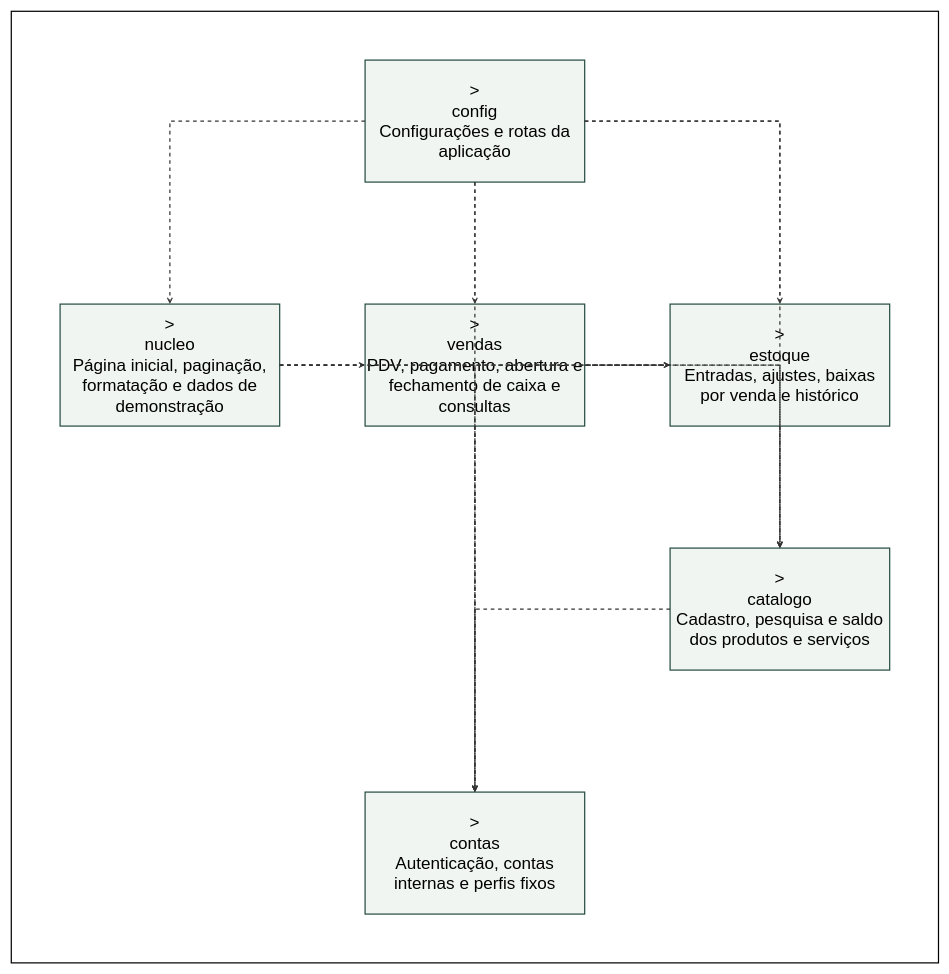
The draw.io diagram page "Pacotes" (2 of 2) of docs/diagramas/Diagramas_DACOMP.drawio in PedroGasparetto/sistema-dacomp, before the edit. Source tidied: cells renumbered, new cells numbered last; positions are measured from the earlier drawing's top-left corner, leaving out a move shared by most shapes. Both pictures are drawn from the tidied source at 61%, with x=0, y=0 at pixel (11, 11).
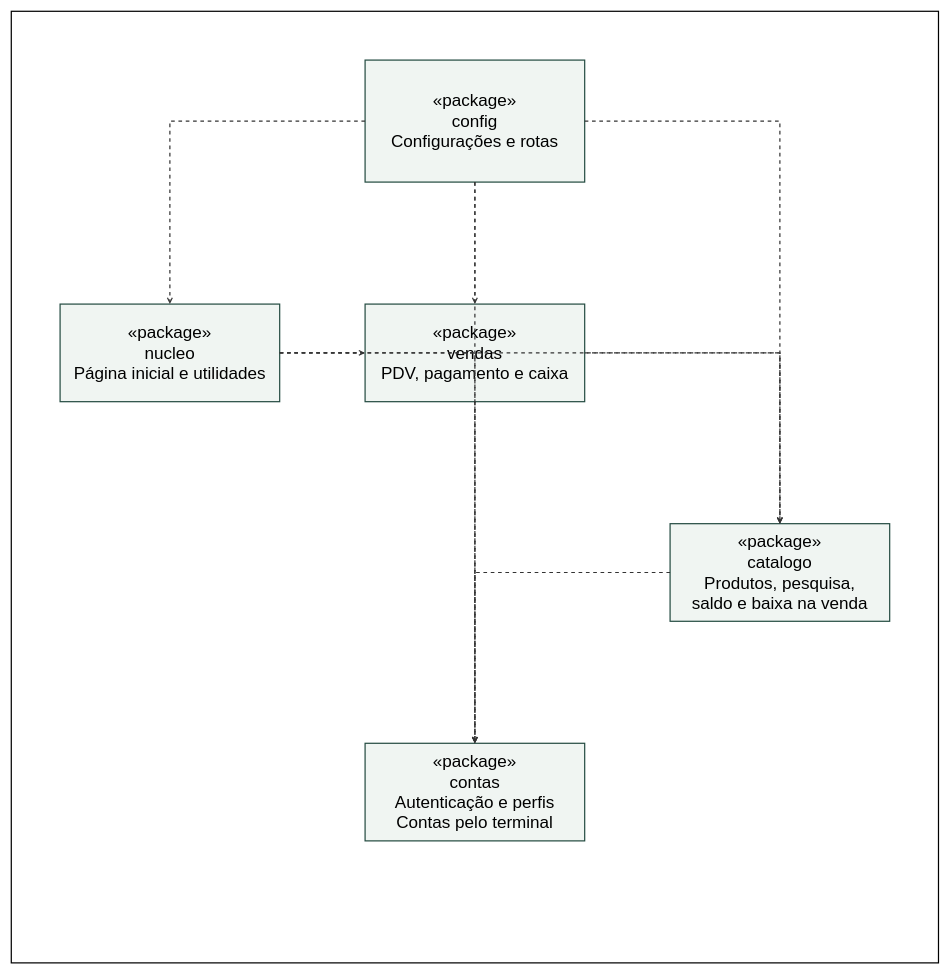
The same diagram, later.

What changed in the source:
```diff
@@
-    <mxCell id="3" value="&amp;gt;&lt;br&gt;estoque&lt;br&gt;Entradas, ajustes, baixas por venda e histórico" style="whiteSpace=wrap;html=1;fontFamily=Arial;fontSize=28;fillColor=#f0f5f2;strokeColor=#254c42;strokeWidth=2;" parent="1" vertex="1">
-      <mxGeometry x="1080" y="480" width="360" height="200" as="geometry" />
-    </mxCell>
-    <mxCell id="4" value="&amp;gt;&lt;br&gt;vendas&lt;br&gt;PDV, pagamento, abertura e fechamento de caixa e consultas" style="whiteSpace=wrap;html=1;fontFamily=Arial;fontSize=28;fillColor=#f0f5f2;strokeColor=#254c42;strokeWidth=2;" parent="1" vertex="1">
-      <mxGeometry x="580" y="480" width="360" height="200" as="geometry" />
+    <mxCell id="4" value="«package»&lt;br&gt;vendas&lt;br&gt;PDV, pagamento e caixa" style="whiteSpace=wrap;html=1;fontFamily=Arial;fontSize=28;fillColor=#f0f5f2;strokeColor=#254c42;strokeWidth=2;" parent="1" vertex="1">
+      <mxGeometry x="580" y="480" width="360" height="160" as="geometry" />
     </mxCell>
-    <mxCell id="5" value="&amp;gt;&lt;br&gt;catalogo&lt;br&gt;Cadastro, pesquisa e saldo dos produtos e serviços" style="whiteSpace=wrap;html=1;fontFamily=Arial;fontSize=28;fillColor=#f0f5f2;strokeColor=#254c42;strokeWidth=2;" parent="1" vertex="1">
-      <mxGeometry x="1080" y="880" width="360" height="200" as="geometry" />
+    <mxCell id="5" value="«package»&lt;br&gt;catalogo&lt;br&gt;Produtos, pesquisa,&lt;br&gt;saldo e baixa na venda" style="whiteSpace=wrap;html=1;fontFamily=Arial;fontSize=28;fillColor=#f0f5f2;strokeColor=#254c42;strokeWidth=2;" parent="1" vertex="1">
+      <mxGeometry x="1080" y="840" width="360" height="160" as="geometry" />
     </mxCell>
-    <mxCell id="6" value="&amp;gt;&lt;br&gt;contas&lt;br&gt;Autenticação, contas internas e perfis fixos" style="whiteSpace=wrap;html=1;fontFamily=Arial;fontSize=28;fillColor=#f0f5f2;strokeColor=#254c42;strokeWidth=2;" parent="1" vertex="1">
-      <mxGeometry x="580" y="1280" width="360" height="200" as="geometry" />
+    <mxCell id="6" value="«package»&lt;br&gt;contas&lt;br&gt;Autenticação e perfis&lt;br&gt;Contas pelo terminal" style="whiteSpace=wrap;html=1;fontFamily=Arial;fontSize=28;fillColor=#f0f5f2;strokeColor=#254c42;strokeWidth=2;" parent="1" vertex="1">
+      <mxGeometry x="580" y="1200" width="360" height="160" as="geometry" />
     </mxCell>
-    <mxCell id="7" value="&amp;gt;&lt;br&gt;config&lt;br&gt;Configurações e rotas da aplicação" style="whiteSpace=wrap;html=1;fontFamily=Arial;fontSize=28;fillColor=#f0f5f2;strokeColor=#254c42;strokeWidth=2;" parent="1" vertex="1">
+    <mxCell id="7" value="«package»&lt;br&gt;config&lt;br&gt;Configurações e rotas" style="whiteSpace=wrap;html=1;fontFamily=Arial;fontSize=28;fillColor=#f0f5f2;strokeColor=#254c42;strokeWidth=2;" parent="1" vertex="1">
       <mxGeometry x="580" y="80" width="360" height="200" as="geometry" />
     </mxCell>
-    <mxCell id="8" value="&amp;gt;&lt;br&gt;nucleo&lt;br&gt;Página inicial, paginação, formatação e dados de demonstração" style="whiteSpace=wrap;html=1;fontFamily=Arial;fontSize=28;fillColor=#f0f5f2;strokeColor=#254c42;strokeWidth=2;" parent="1" vertex="1">
-      <mxGeometry x="80" y="480" width="360" height="200" as="geometry" />
+    <mxCell id="8" value="«package»&lt;br&gt;nucleo&lt;br&gt;Página inicial e utilidades" style="whiteSpace=wrap;html=1;fontFamily=Arial;fontSize=28;fillColor=#f0f5f2;strokeColor=#254c42;strokeWidth=2;" parent="1" vertex="1">
+      <mxGeometry x="80" y="480" width="360" height="160" as="geometry" />
     </mxCell>
-    <mxCell id="9" style="html=1;fontFamily=Arial;fontSize=25;strokeColor=#333333;strokeWidth=2;endArrow=none;startArrow=none;dashed=1;endArrow=open;endFill=0;edgeStyle=orthogonalEdgeStyle;rounded=0;" parent="1" edge="1" source="3" target="5">
-      <mxGeometry relative="1" as="geometry" />
-    </mxCell>
-    <mxCell id="10" style="html=1;fontFamily=Arial;fontSize=25;strokeColor=#333333;strokeWidth=2;endArrow=none;startArrow=none;dashed=1;endArrow=open;endFill=0;edgeStyle=orthogonalEdgeStyle;rounded=0;" parent="1" edge="1" source="3" target="6">
-      <mxGeometry relative="1" as="geometry" />
-    </mxCell>
@@
-    <mxCell id="12" style="html=1;fontFamily=Arial;fontSize=25;strokeColor=#333333;strokeWidth=2;endArrow=none;startArrow=none;dashed=1;endArrow=open;endFill=0;edgeStyle=orthogonalEdgeStyle;rounded=0;" parent="1" edge="1" source="4" target="3">
-      <mxGeometry relative="1" as="geometry" />
-    </mxCell>
-    <mxCell id="13" style="html=1;fontFamily=Arial;fontSize=25;strokeColor=#333333;strokeWidth=2;endArrow=none;startArrow=none;dashed=1;endArrow=open;endFill=0;edgeStyle=orthogonalEdgeStyle;rounded=0;" parent="1" edge="1" source="8" target="3">
-      <mxGeometry relative="1" as="geometry" />
-    </mxCell>
@@
-    <mxCell id="17" style="html=1;fontFamily=Arial;fontSize=25;strokeColor=#333333;strokeWidth=2;endArrow=none;startArrow=none;dashed=1;endArrow=open;endFill=0;edgeStyle=orthogonalEdgeStyle;rounded=0;" parent="1" edge="1" source="7" target="3">
-      <mxGeometry relative="1" as="geometry" />
-    </mxCell>
```
